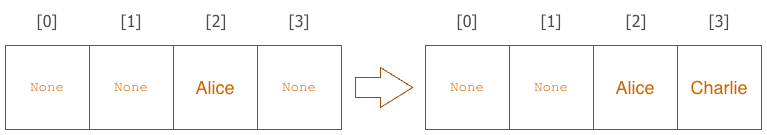
Before: data_structures/probing.png, a diagram exported from draw.io (lgreco/images). Source tidied: cells renumbered, new cells last; positions are measured from the earlier drawing's top-left corner, leaving out a move shared by most shapes.
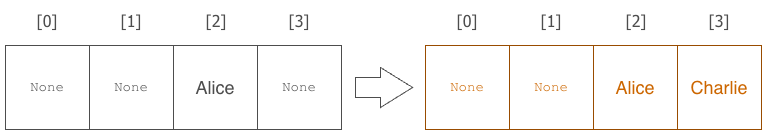
After the change.

Change to the diagram source:
```diff
@@ -2,16 +2,16 @@
   <root>
     <mxCell id="0" />
     <mxCell id="1" parent="0" />
-    <mxCell id="2" value="None" style="whiteSpace=wrap;html=1;fillColor=none;strokeWidth=1;fontFamily=Courier New;fontSize=14;strokeColor=#994C00;fontColor=#CC6600;" parent="1" vertex="1">
+    <mxCell id="2" value="None" style="whiteSpace=wrap;html=1;fillColor=none;strokeWidth=1;fontFamily=Courier New;fontSize=14;strokeColor=#4D4D4D;fontColor=#4D4D4D;" parent="1" vertex="1">
       <mxGeometry y="40" width="84" height="84" as="geometry" />
     </mxCell>
-    <mxCell id="3" value="None" style="whiteSpace=wrap;html=1;fillColor=none;strokeWidth=1;fontFamily=Courier New;fontSize=14;strokeColor=#994C00;fontColor=#CC6600;" parent="1" vertex="1">
+    <mxCell id="3" value="None" style="whiteSpace=wrap;html=1;fillColor=none;strokeWidth=1;fontFamily=Courier New;fontSize=14;strokeColor=#4D4D4D;fontColor=#4D4D4D;" parent="1" vertex="1">
       <mxGeometry x="84" y="40" width="84" height="84" as="geometry" />
     </mxCell>
-    <mxCell id="4" value="&lt;span style=&quot;font-size: 18px;&quot;&gt;Alice&lt;/span&gt;" style="whiteSpace=wrap;html=1;fillColor=none;strokeWidth=1;strokeColor=#994C00;fontColor=#CC6600;" parent="1" vertex="1">
+    <mxCell id="4" value="&lt;span style=&quot;font-size: 18px;&quot;&gt;Alice&lt;/span&gt;" style="whiteSpace=wrap;html=1;fillColor=none;strokeWidth=1;strokeColor=#4D4D4D;fontColor=#4D4D4D;" parent="1" vertex="1">
       <mxGeometry x="168" y="40" width="84" height="84" as="geometry" />
     </mxCell>
-    <mxCell id="5" value="None" style="whiteSpace=wrap;html=1;fillColor=none;strokeWidth=1;fontFamily=Courier New;fontSize=14;strokeColor=#994C00;fontColor=#CC6600;" parent="1" vertex="1">
+    <mxCell id="5" value="None" style="whiteSpace=wrap;html=1;fillColor=none;strokeWidth=1;fontFamily=Courier New;fontSize=14;strokeColor=#4D4D4D;fontColor=#4D4D4D;" parent="1" vertex="1">
       <mxGeometry x="252" y="40" width="84" height="84" as="geometry" />
     </mxCell>
     <mxCell id="6" value="[0]" style="text;html=1;whiteSpace=wrap;strokeColor=none;fillColor=none;align=center;verticalAlign=middle;rounded=0;fontFamily=Tahoma;fontSize=16;fontColor=#4D4D4D;" parent="1" vertex="1">
@@ -50,7 +50,7 @@
     <mxCell id="17" value="[3]" style="text;html=1;whiteSpace=wrap;strokeColor=none;fillColor=none;align=center;verticalAlign=middle;rounded=0;fontFamily=Tahoma;fontSize=16;fontColor=#4D4D4D;" parent="1" vertex="1">
       <mxGeometry x="684" width="60" height="30" as="geometry" />
     </mxCell>
-    <mxCell id="18" style="html=1;shadow=0;dashed=0;align=center;verticalAlign=middle;shape=mxgraph.arrows2.arrow;dy=0.5;dx=32.14;notch=0;strokeColor=#994C00;fontColor=#CC6600;" parent="1" vertex="1">
+    <mxCell id="18" style="html=1;shadow=0;dashed=0;align=center;verticalAlign=middle;shape=mxgraph.arrows2.arrow;dy=0.5;dx=32.14;notch=0;strokeColor=#4D4D4D;fontColor=#4D4D4D;" parent="1" vertex="1">
       <mxGeometry x="350" y="62" width="57.1" height="40" as="geometry" />
     </mxCell>
   </root>
```
